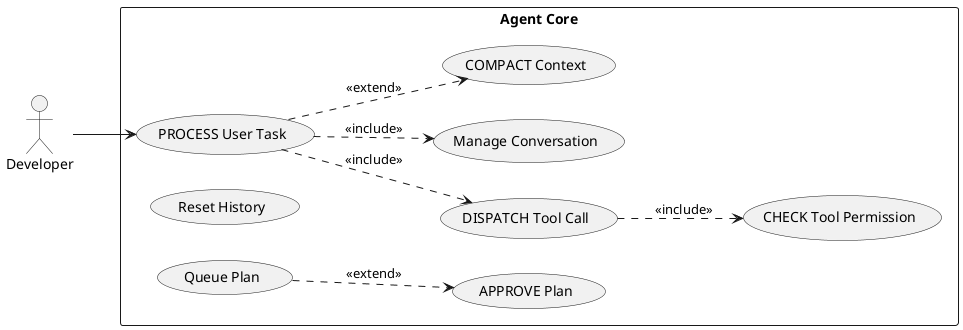
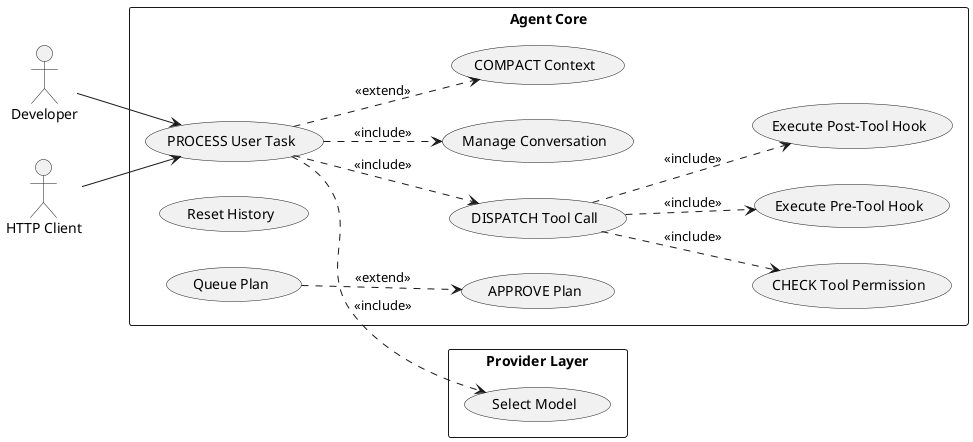
@startuml uc_agent
' ============================================================
' Title:     nasim — UC: Agent Core
- ' Boundary:  nasim code agent CLI
- ' Purpose:   Core agentic loop operations and new capabilities
+ ' Boundary:  nasim code agent CLI + HTTP API
+ ' Purpose:   Core agentic loop, permissions, context, plans, hooks
' Milestone: v1.0
- ' Version:   2.0.0
- ' Source:    docs/audit/audit_2026-06-20_capability-and-architecture.md
+ ' Version:   3.0.0
+ ' Source:    docs/audit/nasim-car-improvement-plan.md
' Review:    —
' ============================================================

left to right direction
skinparam packageStyle rectangle

actor "Developer" as user
+ actor "HTTP Client" as client

rectangle "Agent Core" {
    usecase "PROCESS User Task" as UC_AGT_01
    usecase "DISPATCH Tool Call" as UC_AGT_02
    usecase "Manage Conversation" as UC_AGT_03
    usecase "Reset History" as UC_AGT_04
    usecase "CHECK Tool Permission" as UC_AGT_05
    usecase "COMPACT Context" as UC_AGT_06
    usecase "Queue Plan" as UC_AGT_07
    usecase "APPROVE Plan" as UC_AGT_08
+     usecase "Execute Pre-Tool Hook" as UC_HK_02
+     usecase "Execute Post-Tool Hook" as UC_HK_03
+ }
+ 
+ rectangle "Provider Layer" {
+     usecase "Select Model" as UC_RTG_01
}

user --> UC_AGT_01
+ client --> UC_AGT_01
UC_AGT_01 ..> UC_AGT_02 : <<include>>
UC_AGT_01 ..> UC_AGT_03 : <<include>>
UC_AGT_02 ..> UC_AGT_05 : <<include>>
+ UC_AGT_02 ..> UC_HK_02 : <<include>>
+ UC_AGT_02 ..> UC_HK_03 : <<include>>
UC_AGT_01 ..> UC_AGT_06 : <<extend>>
UC_AGT_07 ..> UC_AGT_08 : <<extend>>
+ UC_AGT_01 ..> UC_RTG_01 : <<include>>

@enduml
